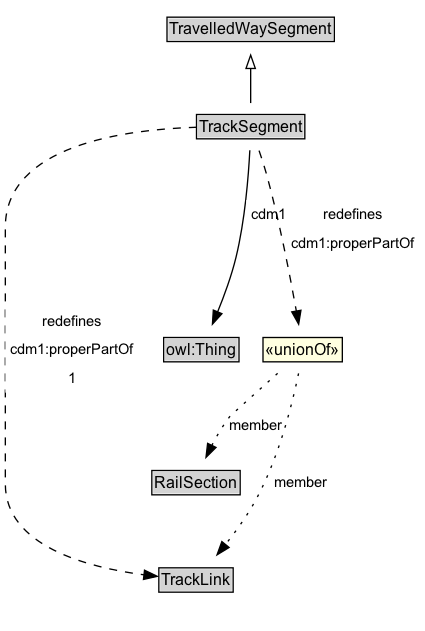
This is docs/diagrams/TrackSegment.dot.png from ISO-TC204/ontology-cdm-p3-v1, a Graphviz export, as it was before one commit. Its source is kept beside it as docs/diagrams/TrackSegment.dot.
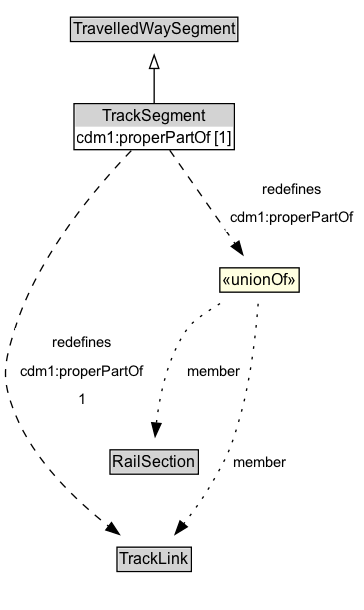
Above is the later version.

Diff of the diagram source:
```diff
@@ -6,29 +6,25 @@
 		rank=source
 		TravelledWaySegment [label=<<TABLE BORDER="1" CELLBORDER="0" CELLSPACING="0" CELLPADDING="1"><TR><TD BGCOLOR="lightgray" ALIGN="CENTER">TravelledWaySegment</TD></TR></TABLE>> URL="../TravelledWaySegment" margin=0]
 	}
-	TrackSegment [label=<<TABLE BORDER="1" CELLBORDER="0" CELLSPACING="0" CELLPADDING="1"><TR><TD BGCOLOR="lightgray" ALIGN="CENTER">TrackSegment</TD></TR></TABLE>> URL="../TrackSegment" margin=0]
+	TrackSegment [label=<<TABLE BORDER="1" CELLBORDER="0" CELLSPACING="0" CELLPADDING="1"><TR><TD BGCOLOR="lightgray" ALIGN="CENTER">TrackSegment</TD></TR><TR><TD ALIGN="LEFT">cdm1:properPartOf [1]</TD></TR></TABLE>> URL="../TrackSegment" margin=0]
 	{
 		rank=max
 	}
 	subgraph cluster_associated {
 		label="" style=invis
 		Invis [label=<<TABLE BORDER="0" CELLBORDER="0" CELLSPACING="0" CELLPADDING="1"><TR><TD></TD></TR></TABLE>> margin=0 style=invis]
-		owl_Thing [label=<<TABLE BORDER="1" CELLBORDER="0" CELLSPACING="0" CELLPADDING="1"><TR><TD BGCOLOR="lightgray" ALIGN="CENTER">owl:Thing</TD></TR></TABLE>> URL="https://w3id.org/citydata/imported/owl/latest/Thing" margin=0]
 		RailSection [label=<<TABLE BORDER="1" CELLBORDER="0" CELLSPACING="0" CELLPADDING="1"><TR><TD BGCOLOR="lightgray" ALIGN="CENTER">RailSection</TD></TR></TABLE>> URL="../RailSection" margin=0]
 		TrackLink [label=<<TABLE BORDER="1" CELLBORDER="0" CELLSPACING="0" CELLPADDING="1"><TR><TD BGCOLOR="lightgray" ALIGN="CENTER">TrackLink</TD></TR></TABLE>> URL="../TrackLink" margin=0]
 	}
 	TrackSegment -> TravelledWaySegment [arrowhead=onormal style=solid]
 	TrackSegment -> Invis [style=invis]
-	Invis -> owl_Thing [style=invis]
-	owl_Thing -> RailSection [style=invis]
+	Invis -> RailSection [style=invis]
 	RailSection -> TrackLink [style=invis]
-	n6cdb34b94ee24737adcb98601c0c2c6bb22 [label=<<TABLE BORDER="1" CELLBORDER="0" CELLSPACING="0" CELLPADDING="1" BGCOLOR="lightyellow"><TR><TD ALIGN="CENTER">«unionOf»</TD></TR></TABLE>> margin=0]
+	n07c1fe2cc8ba44aab7f111e85edd4de9b22 [label=<<TABLE BORDER="1" CELLBORDER="0" CELLSPACING="0" CELLPADDING="1" BGCOLOR="lightyellow"><TR><TD ALIGN="CENTER">«unionOf»</TD></TR></TABLE>> margin=0]
 	RailSection [label=<<TABLE BORDER="1" CELLBORDER="0" CELLSPACING="0" CELLPADDING="1"><TR><TD BGCOLOR="lightgray" ALIGN="CENTER">RailSection</TD></TR></TABLE>> URL="../RailSection" margin=0]
-	n6cdb34b94ee24737adcb98601c0c2c6bb22 -> RailSection [label=member arrowhead=normal style=dotted]
+	n07c1fe2cc8ba44aab7f111e85edd4de9b22 -> RailSection [label=member arrowhead=normal style=dotted]
 	TrackLink [label=<<TABLE BORDER="1" CELLBORDER="0" CELLSPACING="0" CELLPADDING="1"><TR><TD BGCOLOR="lightgray" ALIGN="CENTER">TrackLink</TD></TR></TABLE>> URL="../TrackLink" margin=0]
-	n6cdb34b94ee24737adcb98601c0c2c6bb22 -> TrackLink [label=member arrowhead=normal style=dotted]
-	TrackSegment -> n6cdb34b94ee24737adcb98601c0c2c6bb22 [label=<<TABLE BORDER="0" CELLBORDER="0" CELLSPACING="0" CELLPADDING="4" BGCOLOR="white"><TR><TD ALIGN="CENTER">redefines</TD></TR><TR><TD ALIGN="CENTER">cdm1:properPartOf</TD></TR></TABLE>> arrowhead=normal style=dashed]
+	n07c1fe2cc8ba44aab7f111e85edd4de9b22 -> TrackLink [label=member arrowhead=normal style=dotted]
+	TrackSegment -> n07c1fe2cc8ba44aab7f111e85edd4de9b22 [label=<<TABLE BORDER="0" CELLBORDER="0" CELLSPACING="0" CELLPADDING="4" BGCOLOR="white"><TR><TD ALIGN="CENTER">redefines</TD></TR><TR><TD ALIGN="CENTER">cdm1:properPartOf</TD></TR></TABLE>> arrowhead=normal style=dashed]
 	TrackSegment -> TrackLink [label=<<TABLE BORDER="0" CELLBORDER="0" CELLSPACING="0" CELLPADDING="4" BGCOLOR="white"><TR><TD ALIGN="CENTER">redefines</TD></TR><TR><TD ALIGN="CENTER">cdm1:properPartOf</TD></TR><TR><TD ALIGN="CENTER">1</TD></TR></TABLE>> arrowhead=normal style=dashed]
-	owl_Thing [label=<<TABLE BORDER="1" CELLBORDER="0" CELLSPACING="0" CELLPADDING="1"><TR><TD BGCOLOR="lightgray" ALIGN="CENTER">owl:Thing</TD></TR></TABLE>> URL="https://w3id.org/citydata/imported/owl/latest/Thing" margin=0]
-	TrackSegment -> owl_Thing [label=<<TABLE BORDER="0" CELLBORDER="0" CELLSPACING="0" CELLPADDING="4" BGCOLOR="white"><TR><TD ALIGN="CENTER">cdm1:properPartOf</TD></TR><TR><TD ALIGN="CENTER">1</TD></TR></TABLE>> arrowhead=normal style=solid]
 }
```
